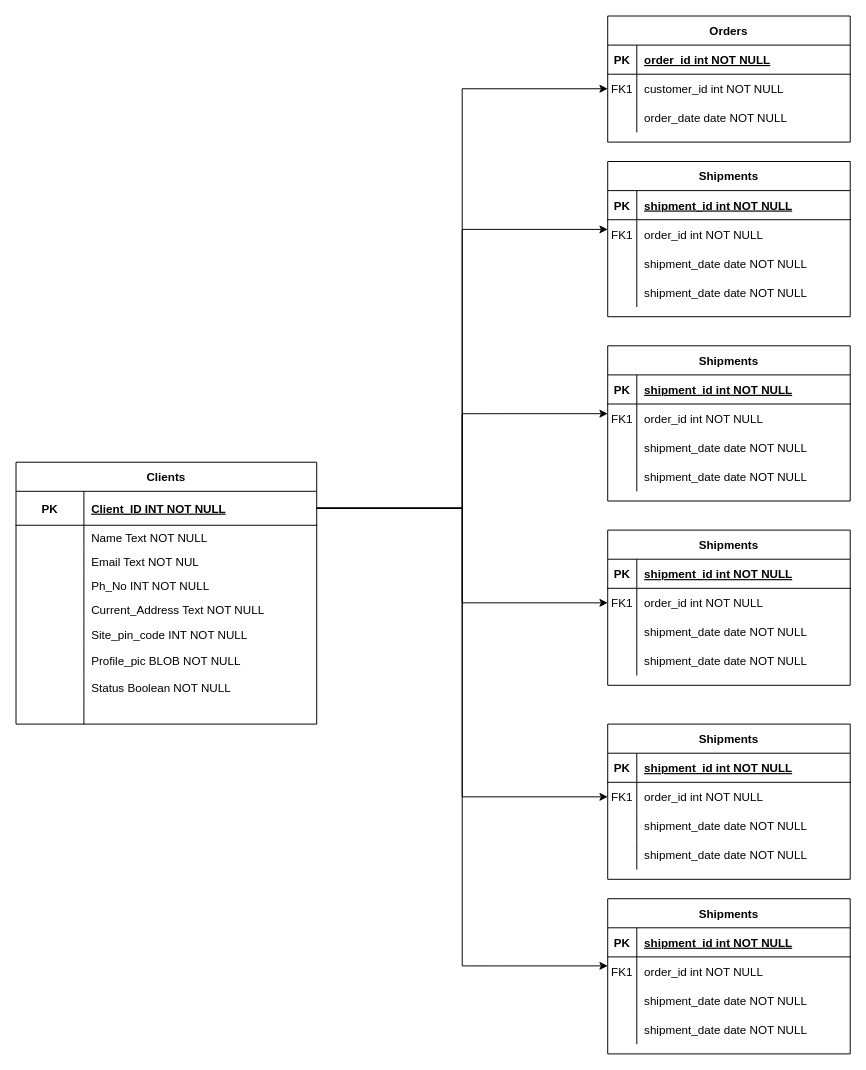
Before: Untitled Diagram.drawio in tejudharanesh/database_design, a draw.io diagram. Source tidied: cells renumbered, new cells numbered last; positions are measured from the earlier drawing's top-left corner, leaving out a move shared by most shapes. Both pictures are drawn from the tidied source at 97%, with x=0, y=0 at pixel (16, 16).
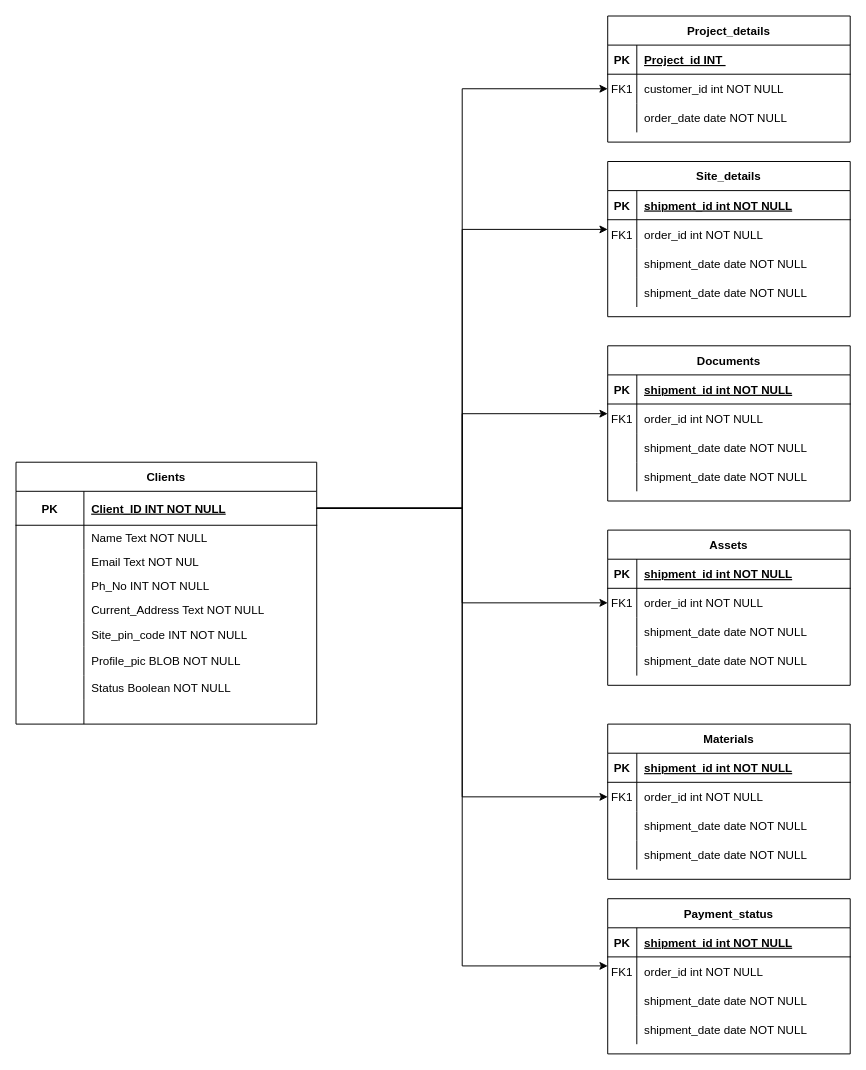
Above is the later version.

The change refers to these unchanged cells:
```xml
<mxCell id="3" style="shape=partialRectangle;fillColor=none;top=0;left=0;right=0;bottom=1;" parent="2" vertex="1">
  <mxGeometry y="30" width="250" height="30" as="geometry" />
</mxCell>
```

Change to the diagram source:
```diff
@@
-    <mxCell id="2" value="Orders" style="shape=table;startSize=30;childLayout=tableLayout;rowLines=0;fontStyle=1;align=center;" parent="1" vertex="1">
+    <mxCell id="2" value="Project_details" style="shape=table;startSize=30;childLayout=tableLayout;rowLines=0;fontStyle=1;align=center;" parent="1" vertex="1">
       <mxGeometry x="610" width="250" height="130" as="geometry" />
     </mxCell>
@@
-    <mxCell id="5" value="order_id int NOT NULL " style="shape=partialRectangle;overflow=hidden;fillColor=none;top=0;left=0;bottom=0;right=0;align=left;spacingLeft=6;fontStyle=5;" parent="3" vertex="1">
+    <mxCell id="5" value="Project_id INT " style="shape=partialRectangle;overflow=hidden;fillColor=none;top=0;left=0;bottom=0;right=0;align=left;spacingLeft=6;fontStyle=5;" parent="3" vertex="1">
       <mxGeometry x="30" width="220" height="30" as="geometry" />
     </mxCell>
@@
-    <mxCell id="12" value="Shipments" style="shape=table;startSize=30;childLayout=tableLayout;rowLines=0;fontStyle=1;align=center;" parent="1" vertex="1">
+    <mxCell id="12" value="Site_details" style="shape=table;startSize=30;childLayout=tableLayout;rowLines=0;fontStyle=1;align=center;" parent="1" vertex="1">
       <mxGeometry x="610" y="150" width="250" height="160" as="geometry" />
     </mxCell>
@@
-    <mxCell id="53" value="Shipments" style="shape=table;startSize=30;childLayout=tableLayout;rowLines=0;fontStyle=1;align=center;" parent="1" vertex="1">
+    <mxCell id="53" value="Documents" style="shape=table;startSize=30;childLayout=tableLayout;rowLines=0;fontStyle=1;align=center;" parent="1" vertex="1">
       <mxGeometry x="610" y="340" width="250" height="160" as="geometry" />
     </mxCell>
@@
-    <mxCell id="66" value="Shipments" style="shape=table;startSize=30;childLayout=tableLayout;rowLines=0;fontStyle=1;align=center;" parent="1" vertex="1">
+    <mxCell id="66" value="Materials" style="shape=table;startSize=30;childLayout=tableLayout;rowLines=0;fontStyle=1;align=center;" parent="1" vertex="1">
       <mxGeometry x="610" y="730" width="250" height="160" as="geometry" />
     </mxCell>
@@
-    <mxCell id="79" value="Shipments" style="shape=table;startSize=30;childLayout=tableLayout;rowLines=0;fontStyle=1;align=center;" parent="1" vertex="1">
+    <mxCell id="79" value="Payment_status" style="shape=table;startSize=30;childLayout=tableLayout;rowLines=0;fontStyle=1;align=center;" parent="1" vertex="1">
       <mxGeometry x="610" y="910" width="250" height="160" as="geometry" />
     </mxCell>
@@
-    <mxCell id="97" value="Shipments" style="shape=table;startSize=30;childLayout=tableLayout;rowLines=0;fontStyle=1;align=center;" parent="1" vertex="1">
+    <mxCell id="97" value="Assets" style="shape=table;startSize=30;childLayout=tableLayout;rowLines=0;fontStyle=1;align=center;" parent="1" vertex="1">
       <mxGeometry x="610" y="530" width="250" height="160" as="geometry" />
     </mxCell>
```
